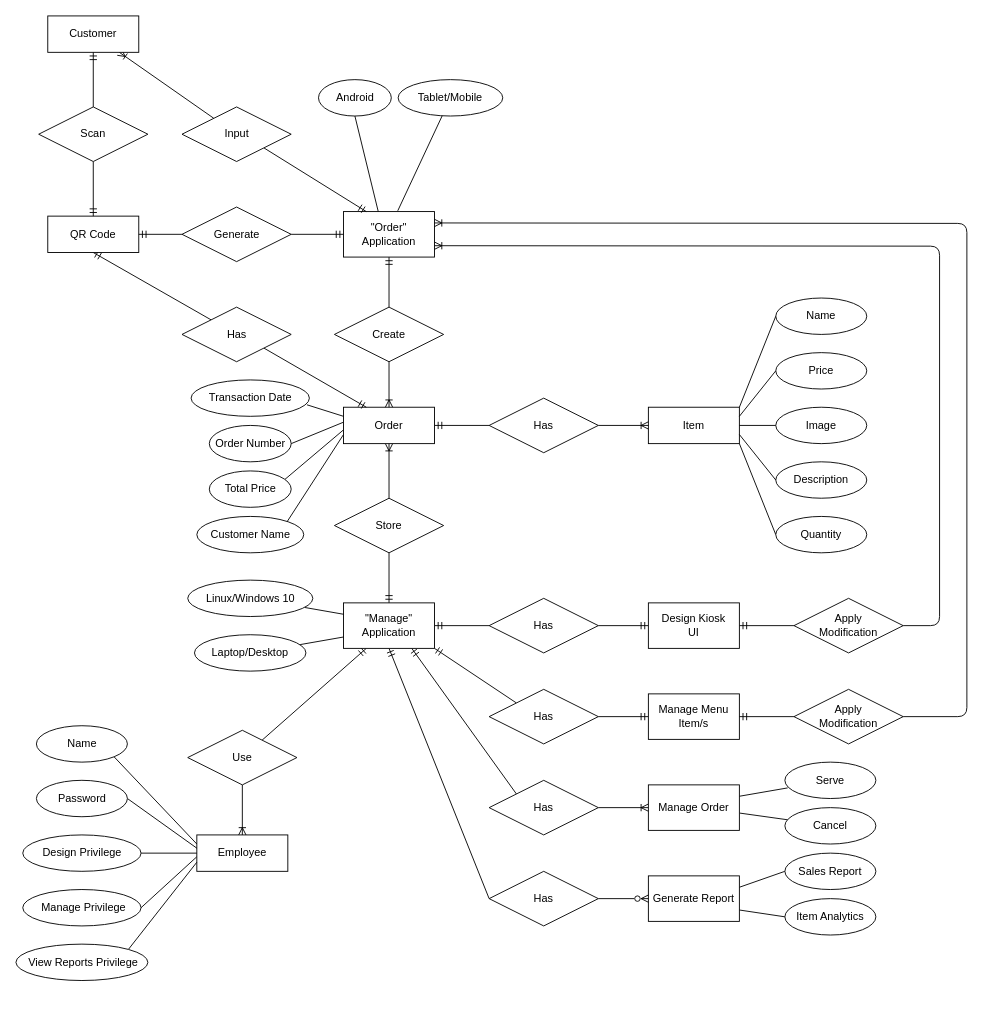
Above: DOCS/Diagrams/Traditional ERD Diagram.drawio in alexxGmZ/MenuMaApp (draw.io), before the change. Source tidied: cells renumbered, new cells numbered last; positions are measured from the earlier drawing's top-left corner, leaving out a move shared by most shapes. Both pictures are drawn from the tidied source at 91%, with x=0, y=0 at pixel (15, 15).
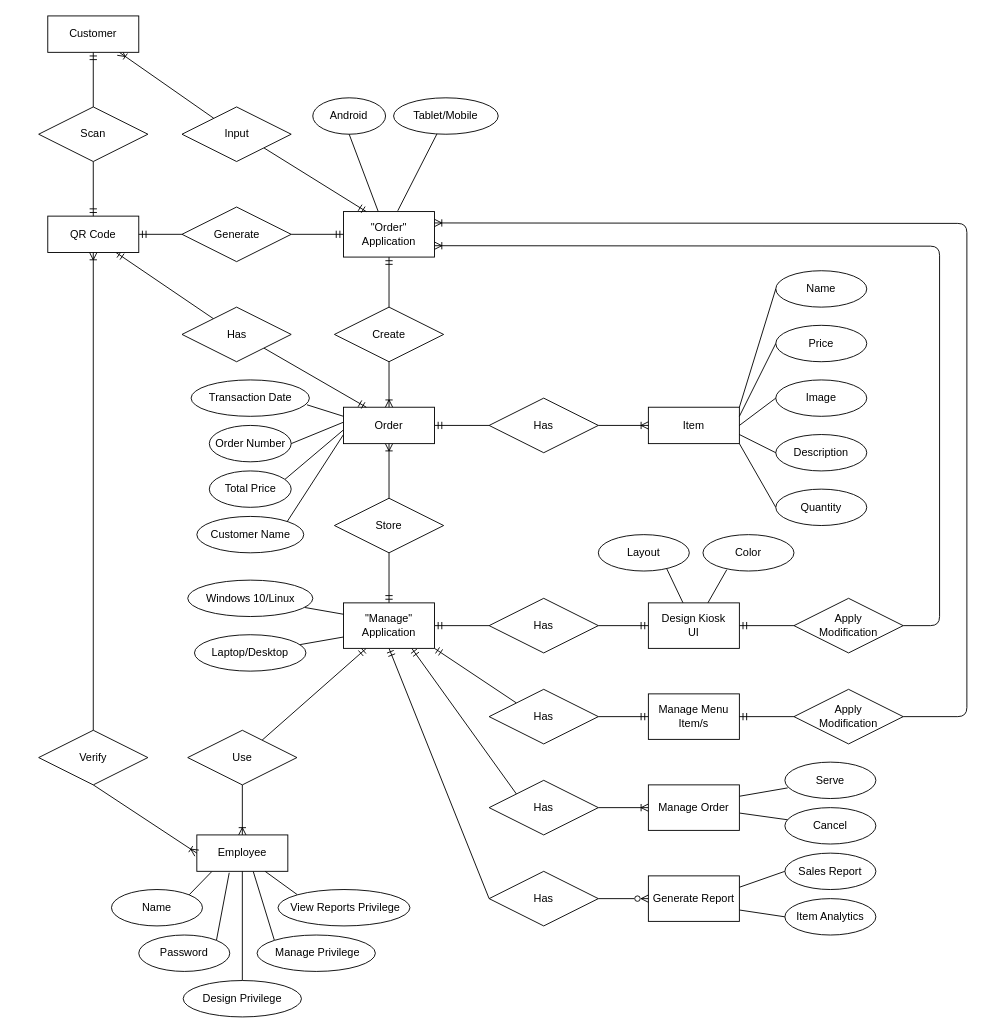
After the change.

Commit message:
diagram(erd): add relationship between qr adn employee, add attribute for design kiosk ui

The change refers to these unchanged cells:
```xml
<mxCell id="7" value="Employee" style="whiteSpace=wrap;html=1;align=center;" parent="1" vertex="1">
  <mxGeometry x="198.8" y="900" width="100" height="40" as="geometry" />
</mxCell>
<mxCell id="53" value="QR Code" style="whiteSpace=wrap;html=1;align=center;" parent="1" vertex="1">
  <mxGeometry x="35" y="220" width="100" height="40" as="geometry" />
</mxCell>
<mxCell id="63" value="Has" style="shape=rhombus;perimeter=rhombusPerimeter;whiteSpace=wrap;html=1;align=center;" parent="1" vertex="1">
  <mxGeometry x="182.5" y="320" width="120" height="60" as="geometry" />
</mxCell>
<mxCell id="67" value="Design Kiosk &lt;br&gt;UI" style="whiteSpace=wrap;html=1;align=center;" parent="1" vertex="1">
  <mxGeometry x="695" y="645" width="100" height="50" as="geometry" />
</mxCell>
```

What changed in the source:
```diff
@@
     <mxCell id="2" value="Name" style="ellipse;whiteSpace=wrap;html=1;align=center;" parent="1" vertex="1">
-      <mxGeometry x="835" y="310" width="100" height="40" as="geometry" />
+      <mxGeometry x="835" y="280" width="100" height="40" as="geometry" />
     </mxCell>
@@
     <mxCell id="8" value="Price" style="ellipse;whiteSpace=wrap;html=1;align=center;" parent="1" vertex="1">
-      <mxGeometry x="835" y="370" width="100" height="40" as="geometry" />
+      <mxGeometry x="835" y="340" width="100" height="40" as="geometry" />
     </mxCell>
     <mxCell id="9" value="Image" style="ellipse;whiteSpace=wrap;html=1;align=center;" parent="1" vertex="1">
-      <mxGeometry x="835" y="430" width="100" height="40" as="geometry" />
+      <mxGeometry x="835" y="400" width="100" height="40" as="geometry" />
     </mxCell>
     <mxCell id="10" value="Description" style="ellipse;whiteSpace=wrap;html=1;align=center;" parent="1" vertex="1">
-      <mxGeometry x="835" y="490" width="100" height="40" as="geometry" />
+      <mxGeometry x="835" y="460" width="100" height="40" as="geometry" />
     </mxCell>
-    <mxCell id="11" style="edgeStyle=none;rounded=1;html=1;exitX=1;exitY=1;exitDx=0;exitDy=0;entryX=0;entryY=0.25;entryDx=0;entryDy=0;startArrow=none;startFill=0;endArrow=none;endFill=0;" parent="1" edge="1" source="12" target="7">
+    <mxCell id="11" style="edgeStyle=none;rounded=1;html=1;exitX=1;exitY=0;exitDx=0;exitDy=0;entryX=0.164;entryY=1.008;entryDx=0;entryDy=0;startArrow=none;startFill=0;endArrow=none;endFill=0;entryPerimeter=0;" parent="1" edge="1" source="12" target="7">
       <mxGeometry relative="1" as="geometry" />
     </mxCell>
     <mxCell id="12" value="Name" style="ellipse;whiteSpace=wrap;html=1;align=center;" parent="1" vertex="1">
-      <mxGeometry x="22.5" y="780" width="100" height="40" as="geometry" />
+      <mxGeometry x="105" y="960" width="100" height="40" as="geometry" />
     </mxCell>
-    <mxCell id="13" style="edgeStyle=none;rounded=1;html=1;exitX=1;exitY=0.5;exitDx=0;exitDy=0;entryX=0.001;entryY=0.366;entryDx=0;entryDy=0;startArrow=none;startFill=0;endArrow=none;endFill=0;entryPerimeter=0;" parent="1" edge="1" source="14" target="7">
+    <mxCell id="13" style="edgeStyle=none;rounded=1;html=1;exitX=1;exitY=0;exitDx=0;exitDy=0;entryX=0.356;entryY=1.04;entryDx=0;entryDy=0;startArrow=none;startFill=0;endArrow=none;endFill=0;entryPerimeter=0;" parent="1" edge="1" source="14" target="7">
       <mxGeometry relative="1" as="geometry" />
     </mxCell>
     <mxCell id="14" value="Password" style="ellipse;whiteSpace=wrap;html=1;align=center;" parent="1" vertex="1">
-      <mxGeometry x="22.5" y="840" width="100" height="40" as="geometry" />
+      <mxGeometry x="135" y="1010" width="100" height="40" as="geometry" />
     </mxCell>
-    <mxCell id="15" style="edgeStyle=none;rounded=1;html=1;exitX=1;exitY=0.5;exitDx=0;exitDy=0;startArrow=none;startFill=0;endArrow=none;endFill=0;" parent="1" edge="1" source="16" target="7">
+    <mxCell id="15" style="edgeStyle=none;rounded=1;html=1;exitX=0.5;exitY=0;exitDx=0;exitDy=0;startArrow=none;startFill=0;endArrow=none;endFill=0;" parent="1" edge="1" source="16" target="7">
       <mxGeometry relative="1" as="geometry" />
     </mxCell>
     <mxCell id="16" value="Design Privilege" style="ellipse;whiteSpace=wrap;html=1;align=center;" parent="1" vertex="1">
-      <mxGeometry x="7.5" y="900" width="130" height="40" as="geometry" />
+      <mxGeometry x="183.8" y="1060" width="130" height="40" as="geometry" />
     </mxCell>
-    <mxCell id="17" style="edgeStyle=none;rounded=1;html=1;exitX=1;exitY=0.5;exitDx=0;exitDy=0;entryX=-0.002;entryY=0.604;entryDx=0;entryDy=0;entryPerimeter=0;startArrow=none;startFill=0;endArrow=none;endFill=0;" parent="1" edge="1" source="18" target="7">
+    <mxCell id="17" style="edgeStyle=none;rounded=1;html=1;exitX=0;exitY=0;exitDx=0;exitDy=0;entryX=0.62;entryY=1.005;entryDx=0;entryDy=0;entryPerimeter=0;startArrow=none;startFill=0;endArrow=none;endFill=0;" parent="1" edge="1" source="18" target="7">
       <mxGeometry relative="1" as="geometry" />
     </mxCell>
     <mxCell id="18" value="&amp;nbsp;Manage Privilege" style="ellipse;whiteSpace=wrap;html=1;align=center;" parent="1" vertex="1">
-      <mxGeometry x="7.5" y="960" width="130" height="40" as="geometry" />
+      <mxGeometry x="265" y="1010" width="130" height="40" as="geometry" />
     </mxCell>
-    <mxCell id="19" style="edgeStyle=none;rounded=1;html=1;exitX=1;exitY=0;exitDx=0;exitDy=0;entryX=0;entryY=0.75;entryDx=0;entryDy=0;startArrow=none;startFill=0;endArrow=none;endFill=0;" parent="1" edge="1" source="20" target="7">
+    <mxCell id="19" style="edgeStyle=none;rounded=1;html=1;exitX=0;exitY=0;exitDx=0;exitDy=0;entryX=0.75;entryY=1;entryDx=0;entryDy=0;startArrow=none;startFill=0;endArrow=none;endFill=0;" parent="1" edge="1" source="20" target="7">
       <mxGeometry relative="1" as="geometry" />
     </mxCell>
     <mxCell id="20" value="&amp;nbsp;View Reports Privilege" style="ellipse;whiteSpace=wrap;html=1;align=center;" parent="1" vertex="1">
-      <mxGeometry y="1020" width="145" height="40" as="geometry" />
+      <mxGeometry x="288" y="960" width="145" height="40" as="geometry" />
     </mxCell>
@@
     <mxCell id="39" value="Quantity" style="ellipse;whiteSpace=wrap;html=1;align=center;" parent="1" vertex="1">
-      <mxGeometry x="835" y="550" width="100" height="40" as="geometry" />
+      <mxGeometry x="835" y="520" width="100" height="40" as="geometry" />
     </mxCell>
@@
     <mxCell id="44" value="Android" style="ellipse;whiteSpace=wrap;html=1;align=center;" parent="1" vertex="1">
-      <mxGeometry x="332.5" y="70" width="80" height="40" as="geometry" />
+      <mxGeometry x="326.2" y="90" width="80" height="40" as="geometry" />
     </mxCell>
     <mxCell id="45" value="Tablet/Mobile" style="ellipse;whiteSpace=wrap;html=1;align=center;" parent="1" vertex="1">
-      <mxGeometry x="420" y="70" width="115" height="40" as="geometry" />
+      <mxGeometry x="415" y="90" width="115" height="40" as="geometry" />
     </mxCell>
@@
-    <mxCell id="52" style="edgeStyle=none;html=1;startArrow=ERmandOne;startFill=0;endArrow=none;endFill=0;exitX=0.5;exitY=1;exitDx=0;exitDy=0;" parent="1" edge="1" source="53" target="63">
+    <mxCell id="52" style="edgeStyle=none;html=1;startArrow=ERmandOne;startFill=0;endArrow=none;endFill=0;exitX=0.75;exitY=1;exitDx=0;exitDy=0;" parent="1" edge="1" source="53" target="63">
       <mxGeometry relative="1" as="geometry" />
     </mxCell>
@@
+    <mxCell id="99" style="edgeStyle=none;html=1;entryX=0.753;entryY=0.944;entryDx=0;entryDy=0;entryPerimeter=0;endArrow=none;endFill=0;" parent="1" edge="1" source="67" target="100">
+      <mxGeometry relative="1" as="geometry" />
+    </mxCell>
@@
-    <mxCell id="92" value="Linux/Windows 10" style="ellipse;whiteSpace=wrap;html=1;align=center;" parent="1" vertex="1">
+    <mxCell id="92" value="Windows 10/Linux" style="ellipse;whiteSpace=wrap;html=1;align=center;" parent="1" vertex="1">
       <mxGeometry x="188.8" y="620" width="137.5" height="40" as="geometry" />
     </mxCell>
@@
+    <mxCell id="100" value="Layout" style="ellipse;whiteSpace=wrap;html=1;align=center;" parent="1" vertex="1">
+      <mxGeometry x="640" y="570" width="100" height="40" as="geometry" />
+    </mxCell>
+    <mxCell id="101" style="edgeStyle=none;html=1;exitX=0.262;exitY=0.962;exitDx=0;exitDy=0;entryX=0.655;entryY=-0.003;entryDx=0;entryDy=0;endArrow=none;endFill=0;exitPerimeter=0;entryPerimeter=0;" parent="1" edge="1" source="102" target="67">
+      <mxGeometry relative="1" as="geometry" />
+    </mxCell>
+    <mxCell id="102" value="Color" style="ellipse;whiteSpace=wrap;html=1;align=center;" parent="1" vertex="1">
+      <mxGeometry x="755" y="570" width="100" height="40" as="geometry" />
+    </mxCell>
+    <mxCell id="103" style="edgeStyle=none;html=1;exitX=0.5;exitY=1;exitDx=0;exitDy=0;entryX=0;entryY=0.5;entryDx=0;entryDy=0;endArrow=ERoneToMany;endFill=0;" parent="1" edge="1" source="105" target="7">
+      <mxGeometry relative="1" as="geometry" />
+    </mxCell>
+    <mxCell id="104" style="edgeStyle=none;html=1;exitX=0.5;exitY=0;exitDx=0;exitDy=0;entryX=0.5;entryY=1;entryDx=0;entryDy=0;endArrow=ERoneToMany;endFill=0;" parent="1" edge="1" source="105" target="53">
+      <mxGeometry relative="1" as="geometry" />
+    </mxCell>
+    <mxCell id="105" value="Verify" style="shape=rhombus;perimeter=rhombusPerimeter;whiteSpace=wrap;html=1;align=center;" parent="1" vertex="1">
+      <mxGeometry x="25" y="785" width="120" height="60" as="geometry" />
+    </mxCell>
```
